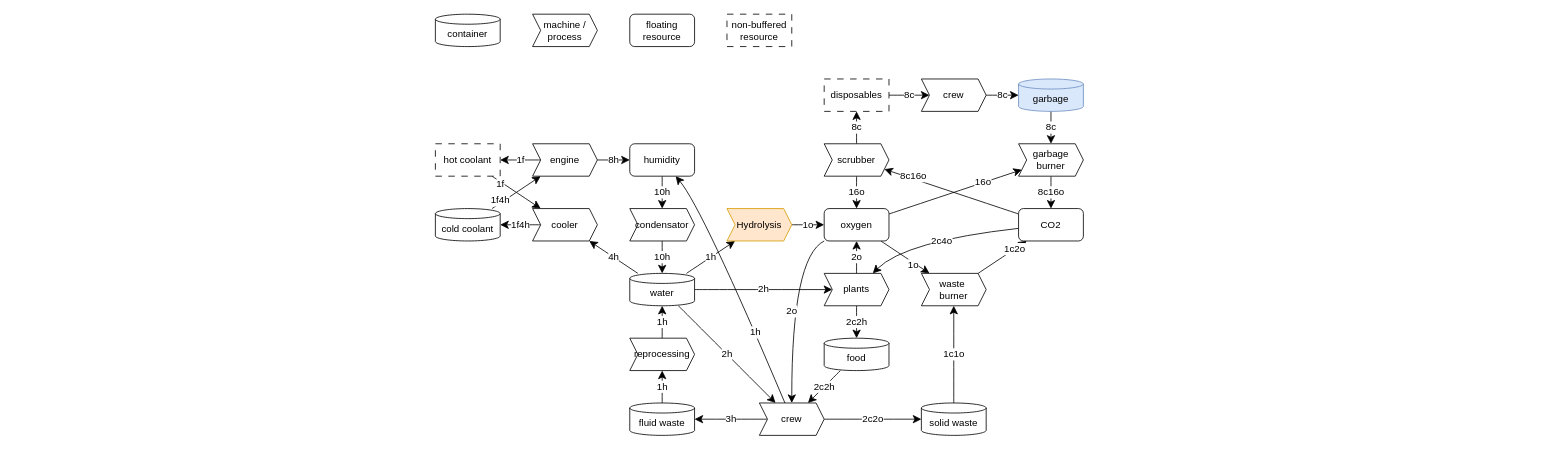
Earlier version of the draw.io diagram resource_flow_diagram.drawio (XFajk/GMTK2025Game). Source tidied: cells renumbered, new cells numbered last; positions are measured from the earlier drawing's top-left corner, leaving out a move shared by most shapes. Both pictures are drawn from the tidied source at 81%, with x=0, y=0 at pixel (435, 14).
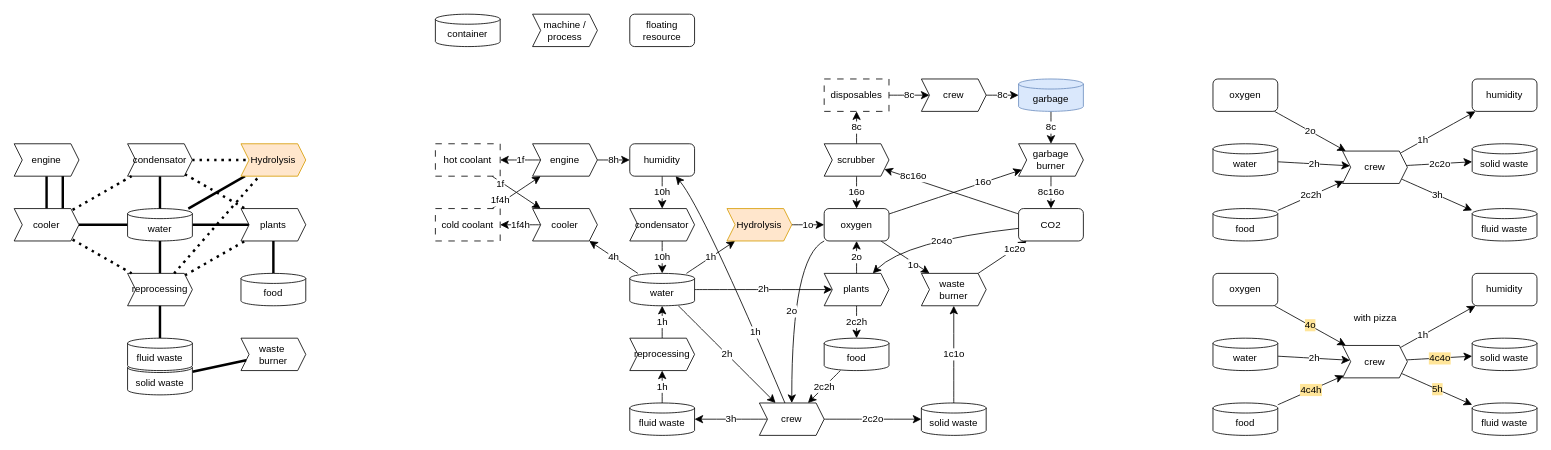
The same diagram, later.

Commit message:
add optional lines in pipe diagram

The change refers to these unchanged cells:
```xml
<mxCell id="19" value="engine" style="shape=step;perimeter=stepPerimeter;whiteSpace=wrap;html=1;fixedSize=1;size=10;" parent="1" vertex="1">
  <mxGeometry x="120" y="160" width="80" height="40" as="geometry" />
</mxCell>
<mxCell id="21" value="cooler" style="shape=step;perimeter=stepPerimeter;whiteSpace=wrap;html=1;fixedSize=1;size=10;" parent="1" vertex="1">
  <mxGeometry x="120" y="240" width="80" height="40" as="geometry" />
</mxCell>
```

Change to the diagram source:
```diff
@@
-    <mxCell id="15" value="1f4&lt;span style=&quot;background-color: light-dark(#ffffff, var(--ge-dark-color, #121212)); color: light-dark(rgb(0, 0, 0), rgb(255, 255, 255));&quot;&gt;h&lt;/span&gt;" style="edgeStyle=none;curved=1;rounded=0;jettySize=auto;html=1;fontSize=12;startSize=8;endSize=8;" parent="1" edge="1" source="16" target="19">
+    <mxCell id="15" value="1f4&lt;span style=&quot;background-color: light-dark(#ffffff, var(--ge-dark-color, #121212)); color: light-dark(rgb(0, 0, 0), rgb(255, 255, 255));&quot;&gt;h&lt;/span&gt;" style="edgeStyle=none;curved=1;rounded=0;jettySize=auto;html=1;fontSize=12;startSize=8;endSize=8;" parent="1" edge="1" source="49" target="19">
       <mxGeometry x="-0.62" y="3" relative="1" as="geometry" />
     </mxCell>
-    <mxCell id="16" value="cold coolant" style="shape=cylinder3;whiteSpace=wrap;html=1;boundedLbl=1;backgroundOutline=1;size=6.206904970366395;" parent="1" vertex="1">
-      <mxGeometry y="240" width="80" height="40" as="geometry" />
-    </mxCell>
@@
-    <mxCell id="20" value="1f4h" style="edgeStyle=none;curved=1;rounded=0;jettySize=auto;html=1;fontSize=12;startSize=8;endSize=8;" parent="1" edge="1" source="21" target="16">
+    <mxCell id="20" value="1f4h" style="edgeStyle=none;curved=1;rounded=0;jettySize=auto;html=1;fontSize=12;startSize=8;endSize=8;" parent="1" edge="1" source="21" target="49">
       <mxGeometry relative="1" as="geometry" />
     </mxCell>
@@
-    <mxCell id="49" value="non-buffered&lt;div&gt;resource&lt;/div&gt;" style="rounded=0;whiteSpace=wrap;html=1;dashed=1;dashPattern=8 8;" parent="1" vertex="1">
-      <mxGeometry x="360" width="80" height="40" as="geometry" />
+    <mxCell id="49" value="cold coolant" style="rounded=0;whiteSpace=wrap;html=1;dashed=1;dashPattern=8 8;" parent="1" vertex="1">
+      <mxGeometry y="240" width="80" height="40" as="geometry" />
     </mxCell>
@@
+    <mxCell id="61" value="2h" style="edgeStyle=none;curved=1;rounded=0;jettySize=auto;html=1;fontSize=12;startSize=8;endSize=8;" parent="1" edge="1" source="62" target="69">
+      <mxGeometry relative="1" as="geometry" />
+    </mxCell>
+    <mxCell id="62" value="water" style="shape=cylinder3;whiteSpace=wrap;html=1;boundedLbl=1;backgroundOutline=1;size=6.206904970366395;" parent="1" vertex="1">
+      <mxGeometry x="960" y="160" width="80" height="40" as="geometry" />
+    </mxCell>
+    <mxCell id="63" value="2o" style="edgeStyle=none;curved=1;rounded=0;jettySize=auto;html=1;fontSize=12;startSize=8;endSize=8;" parent="1" edge="1" source="64" target="69">
+      <mxGeometry relative="1" as="geometry" />
+    </mxCell>
+    <mxCell id="64" value="oxygen" style="rounded=1;whiteSpace=wrap;html=1;" parent="1" vertex="1">
+      <mxGeometry x="960" y="80" width="80" height="40" as="geometry" />
+    </mxCell>
+    <mxCell id="65" value="2c2h" style="edgeStyle=none;curved=1;rounded=0;jettySize=auto;html=1;fontSize=12;startSize=8;endSize=8;" parent="1" edge="1" source="73" target="69">
+      <mxGeometry relative="1" as="geometry" />
+    </mxCell>
+    <mxCell id="66" value="2c2o" style="edgeStyle=none;curved=1;rounded=0;jettySize=auto;html=1;fontSize=12;startSize=8;endSize=8;" parent="1" edge="1" source="69" target="71">
+      <mxGeometry relative="1" as="geometry" />
+    </mxCell>
+    <mxCell id="67" value="3h" style="edgeStyle=none;curved=1;rounded=0;jettySize=auto;html=1;fontSize=12;startSize=8;endSize=8;" parent="1" edge="1" source="69" target="72">
+      <mxGeometry relative="1" as="geometry" />
+    </mxCell>
+    <mxCell id="68" value="1h" style="edgeStyle=none;curved=1;rounded=0;jettySize=auto;html=1;fontSize=12;startSize=8;endSize=8;" parent="1" edge="1" source="69" target="70">
+      <mxGeometry x="-0.39" relative="1" as="geometry" />
+    </mxCell>
+    <mxCell id="69" value="crew" style="shape=step;perimeter=stepPerimeter;whiteSpace=wrap;html=1;fixedSize=1;size=10;" parent="1" vertex="1">
+      <mxGeometry x="1120" y="169" width="80" height="40" as="geometry" />
+    </mxCell>
+    <mxCell id="70" value="humidity" style="rounded=1;whiteSpace=wrap;html=1;" parent="1" vertex="1">
+      <mxGeometry x="1280" y="80" width="80" height="40" as="geometry" />
+    </mxCell>
+    <mxCell id="71" value="solid waste" style="shape=cylinder3;whiteSpace=wrap;html=1;boundedLbl=1;backgroundOutline=1;size=6.206904970366395;" parent="1" vertex="1">
+      <mxGeometry x="1280" y="160" width="80" height="40" as="geometry" />
+    </mxCell>
+    <mxCell id="72" value="fluid waste" style="shape=cylinder3;whiteSpace=wrap;html=1;boundedLbl=1;backgroundOutline=1;size=6.206904970366395;" parent="1" vertex="1">
+      <mxGeometry x="1280" y="240" width="80" height="40" as="geometry" />
+    </mxCell>
+    <mxCell id="73" value="food" style="shape=cylinder3;whiteSpace=wrap;html=1;boundedLbl=1;backgroundOutline=1;size=6.206904970366395;" parent="1" vertex="1">
+      <mxGeometry x="960" y="240" width="80" height="40" as="geometry" />
+    </mxCell>
+    <mxCell id="74" value="2h" style="edgeStyle=none;curved=1;rounded=0;jettySize=auto;html=1;fontSize=12;startSize=8;endSize=8;" parent="1" edge="1" source="75" target="82">
+      <mxGeometry relative="1" as="geometry" />
+    </mxCell>
+    <mxCell id="75" value="water" style="shape=cylinder3;whiteSpace=wrap;html=1;boundedLbl=1;backgroundOutline=1;size=6.206904970366395;" parent="1" vertex="1">
+      <mxGeometry x="960" y="400" width="80" height="40" as="geometry" />
+    </mxCell>
+    <mxCell id="76" value="4o" style="edgeStyle=none;curved=1;rounded=0;jettySize=auto;html=1;fontSize=12;startSize=8;endSize=8;labelBackgroundColor=#FFE599;" parent="1" edge="1" source="77" target="82">
+      <mxGeometry relative="1" as="geometry" />
+    </mxCell>
+    <mxCell id="77" value="oxygen" style="rounded=1;whiteSpace=wrap;html=1;" parent="1" vertex="1">
+      <mxGeometry x="960" y="320" width="80" height="40" as="geometry" />
+    </mxCell>
+    <mxCell id="78" value="4c4h" style="edgeStyle=none;curved=1;rounded=0;jettySize=auto;html=1;fontSize=12;startSize=8;endSize=8;labelBackgroundColor=#FFE599;" parent="1" edge="1" source="86" target="82">
+      <mxGeometry relative="1" as="geometry" />
+    </mxCell>
+    <mxCell id="79" value="4c4o" style="edgeStyle=none;curved=1;rounded=0;jettySize=auto;html=1;fontSize=12;startSize=8;endSize=8;labelBackgroundColor=#FFE599;" parent="1" edge="1" source="82" target="84">
+      <mxGeometry relative="1" as="geometry" />
+    </mxCell>
+    <mxCell id="80" value="5h" style="edgeStyle=none;curved=1;rounded=0;jettySize=auto;html=1;fontSize=12;startSize=8;endSize=8;labelBackgroundColor=#FFE599;" parent="1" edge="1" source="82" target="85">
+      <mxGeometry relative="1" as="geometry" />
+    </mxCell>
+    <mxCell id="81" value="1h" style="edgeStyle=none;curved=1;rounded=0;jettySize=auto;html=1;fontSize=12;startSize=8;endSize=8;" parent="1" edge="1" source="82" target="83">
+      <mxGeometry x="-0.39" relative="1" as="geometry" />
+    </mxCell>
+    <mxCell id="82" value="crew" style="shape=step;perimeter=stepPerimeter;whiteSpace=wrap;html=1;fixedSize=1;size=10;" parent="1" vertex="1">
+      <mxGeometry x="1120" y="409" width="80" height="40" as="geometry" />
+    </mxCell>
+    <mxCell id="83" value="humidity" style="rounded=1;whiteSpace=wrap;html=1;" parent="1" vertex="1">
+      <mxGeometry x="1280" y="320" width="80" height="40" as="geometry" />
+    </mxCell>
+    <mxCell id="84" value="solid waste" style="shape=cylinder3;whiteSpace=wrap;html=1;boundedLbl=1;backgroundOutline=1;size=6.206904970366395;" parent="1" vertex="1">
+      <mxGeometry x="1280" y="400" width="80" height="40" as="geometry" />
+    </mxCell>
+    <mxCell id="85" value="fluid waste" style="shape=cylinder3;whiteSpace=wrap;html=1;boundedLbl=1;backgroundOutline=1;size=6.206904970366395;" parent="1" vertex="1">
+      <mxGeometry x="1280" y="480" width="80" height="40" as="geometry" />
+    </mxCell>
+    <mxCell id="86" value="food" style="shape=cylinder3;whiteSpace=wrap;html=1;boundedLbl=1;backgroundOutline=1;size=6.206904970366395;" parent="1" vertex="1">
+      <mxGeometry x="960" y="480" width="80" height="40" as="geometry" />
+    </mxCell>
+    <mxCell id="87" value="with pizza" style="text;html=1;align=center;verticalAlign=middle;strokeColor=none;fillColor=none;" parent="1" vertex="1">
+      <mxGeometry x="1120" y="360" width="80" height="30" as="geometry" />
+    </mxCell>
+    <mxCell id="88" style="edgeStyle=none;curved=1;rounded=0;jettySize=auto;html=1;fontSize=12;startSize=8;endSize=8;strokeWidth=3;endArrow=none;endFill=0;" parent="1" edge="1" source="91" target="95">
+      <mxGeometry relative="1" as="geometry" />
+    </mxCell>
+    <mxCell id="89" style="edgeStyle=none;curved=1;rounded=0;jettySize=auto;html=1;fontSize=12;startSize=8;endSize=8;strokeWidth=3;endArrow=none;endFill=0;" parent="1" edge="1" source="91" target="97">
+      <mxGeometry relative="1" as="geometry" />
+    </mxCell>
+    <mxCell id="90" style="edgeStyle=none;curved=1;rounded=0;jettySize=auto;html=1;fontSize=12;startSize=8;endSize=8;strokeWidth=3;endArrow=none;endFill=0;" parent="1" edge="1" source="91" target="103">
+      <mxGeometry relative="1" as="geometry" />
+    </mxCell>
+    <mxCell id="91" value="water" style="shape=cylinder3;whiteSpace=wrap;html=1;boundedLbl=1;backgroundOutline=1;size=6.206904970366395;" parent="1" vertex="1">
+      <mxGeometry x="-380" y="240" width="80" height="40" as="geometry" />
+    </mxCell>
+    <mxCell id="92" style="edgeStyle=none;curved=1;rounded=0;jettySize=auto;html=1;fontSize=12;startSize=8;endSize=8;strokeWidth=3;endArrow=none;endFill=0;" parent="1" edge="1" source="93" target="95">
+      <mxGeometry relative="1" as="geometry" />
+    </mxCell>
+    <mxCell id="93" value="engine" style="shape=step;perimeter=stepPerimeter;whiteSpace=wrap;html=1;fixedSize=1;size=10;" parent="1" vertex="1">
+      <mxGeometry x="-520" y="160" width="80" height="40" as="geometry" />
+    </mxCell>
+    <mxCell id="94" style="edgeStyle=orthogonalEdgeStyle;rounded=0;jettySize=auto;html=1;strokeWidth=3;endArrow=none;endFill=0;" parent="1" edge="1" source="95" target="93">
+      <mxGeometry relative="1" as="geometry">
+        <Array as="points">
+          <mxPoint x="-460" y="220" />
+          <mxPoint x="-460" y="220" />
+        </Array>
+      </mxGeometry>
+    </mxCell>
+    <mxCell id="95" value="cooler" style="shape=step;perimeter=stepPerimeter;whiteSpace=wrap;html=1;fixedSize=1;size=10;" parent="1" vertex="1">
+      <mxGeometry x="-520" y="240" width="80" height="40" as="geometry" />
+    </mxCell>
+    <mxCell id="96" style="edgeStyle=none;curved=1;rounded=0;jettySize=auto;html=1;fontSize=12;startSize=8;endSize=8;strokeWidth=3;endArrow=none;endFill=0;" parent="1" edge="1" source="97" target="108">
+      <mxGeometry relative="1" as="geometry" />
+    </mxCell>
+    <mxCell id="97" value="plants" style="shape=step;perimeter=stepPerimeter;whiteSpace=wrap;html=1;fixedSize=1;size=10;" parent="1" vertex="1">
+      <mxGeometry x="-240" y="240" width="80" height="40" as="geometry" />
+    </mxCell>
+    <mxCell id="98" style="edgeStyle=none;curved=1;rounded=0;jettySize=auto;html=1;fontSize=12;startSize=8;endSize=8;strokeWidth=3;endArrow=none;endFill=0;" parent="1" edge="1" source="99" target="91">
+      <mxGeometry relative="1" as="geometry" />
+    </mxCell>
+    <mxCell id="99" value="condensator" style="shape=step;perimeter=stepPerimeter;whiteSpace=wrap;html=1;fixedSize=1;size=10;" parent="1" vertex="1">
+      <mxGeometry x="-380" y="160" width="80" height="40" as="geometry" />
+    </mxCell>
+    <mxCell id="100" style="edgeStyle=none;curved=1;rounded=0;jettySize=auto;html=1;fontSize=12;startSize=8;endSize=8;strokeWidth=3;endArrow=none;endFill=0;" parent="1" edge="1" source="101" target="91">
+      <mxGeometry relative="1" as="geometry" />
+    </mxCell>
+    <mxCell id="101" value="reprocessing" style="shape=step;perimeter=stepPerimeter;whiteSpace=wrap;html=1;fixedSize=1;size=10;" parent="1" vertex="1">
+      <mxGeometry x="-380" y="320" width="80" height="40" as="geometry" />
+    </mxCell>
+    <mxCell id="102" value="waste&amp;nbsp;&lt;div&gt;burner&lt;/div&gt;" style="shape=step;perimeter=stepPerimeter;whiteSpace=wrap;html=1;fixedSize=1;size=10;" parent="1" vertex="1">
+      <mxGeometry x="-240" y="400" width="80" height="40" as="geometry" />
+    </mxCell>
+    <mxCell id="103" value="Hydrolysis" style="shape=step;perimeter=stepPerimeter;whiteSpace=wrap;html=1;fixedSize=1;size=10;fillColor=#ffe6cc;strokeColor=#d79b00;" parent="1" vertex="1">
+      <mxGeometry x="-240" y="160" width="80" height="40" as="geometry" />
+    </mxCell>
+    <mxCell id="104" style="edgeStyle=none;curved=1;rounded=0;jettySize=auto;html=1;fontSize=12;startSize=8;endSize=8;strokeWidth=3;endArrow=none;endFill=0;" parent="1" edge="1" source="105" target="102">
+      <mxGeometry relative="1" as="geometry" />
+    </mxCell>
+    <mxCell id="105" value="solid waste" style="shape=cylinder3;whiteSpace=wrap;html=1;boundedLbl=1;backgroundOutline=1;size=6.206904970366395;" parent="1" vertex="1">
+      <mxGeometry x="-380" y="430" width="80" height="40" as="geometry" />
+    </mxCell>
+    <mxCell id="106" style="edgeStyle=none;curved=1;rounded=0;jettySize=auto;html=1;fontSize=12;startSize=8;endSize=8;strokeWidth=3;endArrow=none;endFill=0;" parent="1" edge="1" source="107" target="101">
+      <mxGeometry relative="1" as="geometry" />
+    </mxCell>
+    <mxCell id="107" value="fluid waste" style="shape=cylinder3;whiteSpace=wrap;html=1;boundedLbl=1;backgroundOutline=1;size=6.206904970366395;" parent="1" vertex="1">
+      <mxGeometry x="-380" y="400" width="80" height="40" as="geometry" />
+    </mxCell>
+    <mxCell id="108" value="food" style="shape=cylinder3;whiteSpace=wrap;html=1;boundedLbl=1;backgroundOutline=1;size=6.206904970366395;" parent="1" vertex="1">
+      <mxGeometry x="-240" y="320" width="80" height="40" as="geometry" />
+    </mxCell>
+    <mxCell id="109" style="edgeStyle=none;curved=1;rounded=0;jettySize=auto;html=1;fontSize=12;startSize=8;endSize=8;strokeWidth=3;endArrow=none;endFill=0;dashed=1;dashPattern=1 2;" parent="1" edge="1" source="99" target="95">
+      <mxGeometry relative="1" as="geometry" />
+    </mxCell>
+    <mxCell id="110" style="edgeStyle=none;curved=1;rounded=0;jettySize=auto;html=1;fontSize=12;startSize=8;endSize=8;strokeWidth=3;endArrow=none;endFill=0;dashed=1;dashPattern=1 2;" parent="1" edge="1" source="99" target="103">
+      <mxGeometry relative="1" as="geometry" />
+    </mxCell>
+    <mxCell id="111" style="edgeStyle=none;curved=1;rounded=0;jettySize=auto;html=1;fontSize=12;startSize=8;endSize=8;strokeWidth=3;endArrow=none;endFill=0;dashed=1;dashPattern=1 2;" parent="1" edge="1" source="99" target="97">
+      <mxGeometry relative="1" as="geometry" />
+    </mxCell>
+    <mxCell id="112" style="edgeStyle=none;curved=1;rounded=0;jettySize=auto;html=1;fontSize=12;startSize=8;endSize=8;strokeWidth=3;endArrow=none;endFill=0;dashed=1;dashPattern=1 2;" parent="1" edge="1" source="101" target="97">
+      <mxGeometry relative="1" as="geometry" />
+    </mxCell>
+    <mxCell id="113" style="edgeStyle=none;curved=1;rounded=0;jettySize=auto;html=1;fontSize=12;startSize=8;endSize=8;strokeWidth=3;endArrow=none;endFill=0;dashed=1;dashPattern=1 2;" parent="1" edge="1" source="101" target="103">
+      <mxGeometry relative="1" as="geometry" />
+    </mxCell>
+    <mxCell id="114" style="edgeStyle=none;curved=1;rounded=0;jettySize=auto;html=1;fontSize=12;startSize=8;endSize=8;strokeWidth=3;endArrow=none;endFill=0;dashed=1;dashPattern=1 2;" parent="1" edge="1" source="101" target="95">
+      <mxGeometry relative="1" as="geometry" />
+    </mxCell>
```
